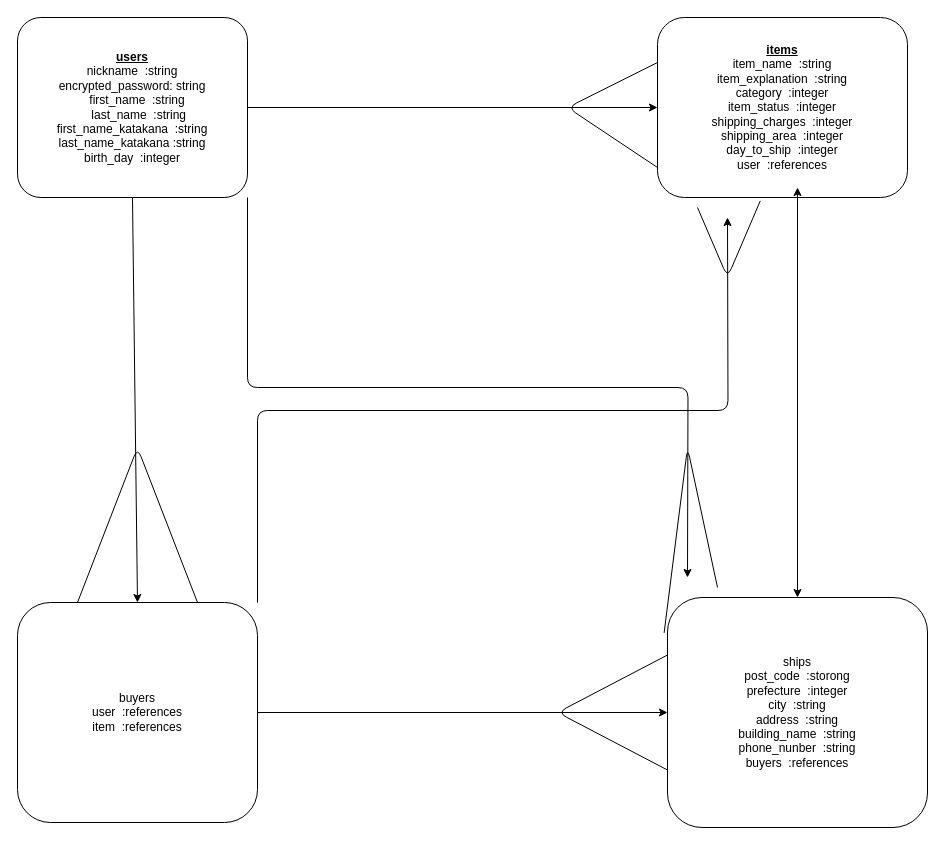
This is furima.dio from takachin88/furima-36129, a draw.io file, before an edit. Source tidied: cells renumbered, new cells numbered last; positions are measured from the earlier drawing's top-left corner, leaving out a move shared by most shapes. Both pictures are drawn from the tidied source at 100%, with x=0, y=0 at pixel (17, 17).
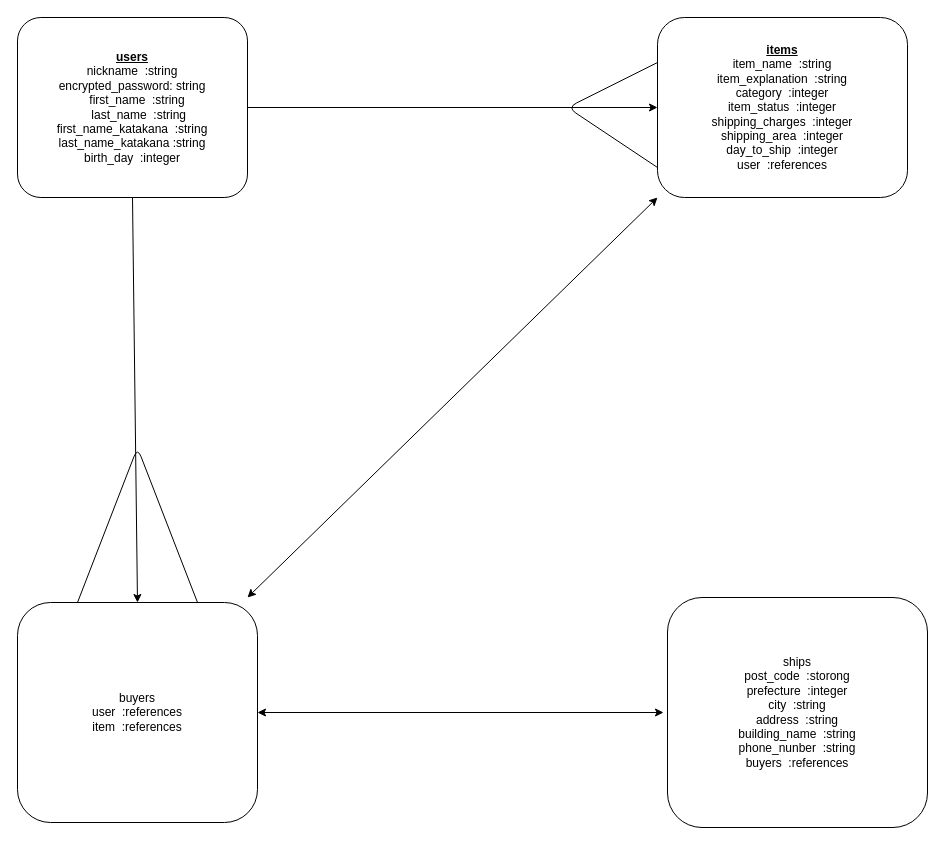
The same page after the edit.

The change refers to these unchanged cells:
```xml
<mxCell id="4" value="&lt;u&gt;&lt;b&gt;users&lt;/b&gt;&lt;/u&gt;&lt;br&gt;nickname&amp;nbsp; :string&lt;br&gt;encrypted_password: string&lt;br&gt;&amp;nbsp; &amp;nbsp; first_name&amp;nbsp; :string&amp;nbsp;&lt;br&gt;&amp;nbsp; &amp;nbsp; last_name&amp;nbsp; :string&lt;br&gt;first_name_katakana&amp;nbsp; :string&lt;br&gt;last_name_katakana :string&lt;br&gt;birth_day&amp;nbsp; :integer" style="whiteSpace=wrap;html=1;rounded=1;arcSize=13;" parent="1" vertex="1">
  <mxGeometry width="230" height="180" as="geometry" />
</mxCell>
<mxCell id="5" value="&lt;b&gt;&lt;u&gt;items&lt;/u&gt;&lt;/b&gt;&lt;br&gt;item_name&amp;nbsp; :string&lt;br&gt;item_explanation&amp;nbsp; :string&lt;br&gt;category&amp;nbsp; :integer&lt;br&gt;item_status&amp;nbsp; :integer&lt;br&gt;shipping_charges&amp;nbsp; :integer&lt;br&gt;shipping_area&amp;nbsp; :integer&lt;br&gt;day_to_ship&amp;nbsp; :integer&lt;br&gt;user&amp;nbsp; :references" style="whiteSpace=wrap;html=1;rounded=1;" parent="1" vertex="1">
  <mxGeometry x="640" width="250" height="180" as="geometry" />
</mxCell>
<mxCell id="8" value="buyers&lt;br&gt;user&amp;nbsp; :references&lt;br&gt;item&amp;nbsp; :references" style="whiteSpace=wrap;html=1;rounded=1;" parent="1" vertex="1">
  <mxGeometry y="585" width="240" height="220" as="geometry" />
</mxCell>
<mxCell id="9" value="ships&lt;br&gt;post_code&amp;nbsp; :storong&lt;br&gt;prefecture&amp;nbsp; :integer&lt;br&gt;city&amp;nbsp; :string&lt;br&gt;address&amp;nbsp; :string&lt;br&gt;building_name&amp;nbsp; :string&lt;br&gt;phone_nunber&amp;nbsp; :string&lt;br&gt;buyers&amp;nbsp; :references" style="whiteSpace=wrap;html=1;rounded=1;" parent="1" vertex="1">
  <mxGeometry x="650" y="580" width="260" height="230" as="geometry" />
</mxCell>
```

Change to the diagram source:
```diff
@@
-    <mxCell id="3" style="edgeStyle=orthogonalEdgeStyle;rounded=1;jettySize=auto;html=1;exitX=1;exitY=1;exitDx=0;exitDy=0;" parent="1" edge="1" source="4">
-      <mxGeometry relative="1" as="geometry">
-        <mxPoint x="670" y="560" as="targetPoint" />
-      </mxGeometry>
-    </mxCell>
@@
-    <mxCell id="6" style="edgeStyle=orthogonalEdgeStyle;rounded=1;jettySize=auto;html=1;entryX=0;entryY=0.5;entryDx=0;entryDy=0;" parent="1" edge="1" source="8" target="9">
-      <mxGeometry relative="1" as="geometry" />
-    </mxCell>
-    <mxCell id="7" style="edgeStyle=orthogonalEdgeStyle;rounded=1;jettySize=auto;html=1;exitX=1;exitY=0;exitDx=0;exitDy=0;" parent="1" edge="1" source="8">
-      <mxGeometry relative="1" as="geometry">
-        <mxPoint x="710" y="200" as="targetPoint" />
-      </mxGeometry>
-    </mxCell>
@@
-    <mxCell id="11" style="endArrow=classic;startArrow=classic;html=1;exitX=0.5;exitY=0;exitDx=0;exitDy=0;" parent="1" edge="1" source="9">
-      <mxGeometry relative="1" as="geometry">
-        <mxPoint x="780" y="170" as="targetPoint" />
-      </mxGeometry>
-    </mxCell>
-    <mxCell id="12" style="endArrow=none;html=1;exitX=0;exitY=0.75;exitDx=0;exitDy=0;entryX=0;entryY=0.25;entryDx=0;entryDy=0;" parent="1" edge="1" source="9" target="9">
-      <mxGeometry relative="1" as="geometry">
-        <Array as="points">
-          <mxPoint x="540" y="695" />
-        </Array>
-      </mxGeometry>
-    </mxCell>
@@
-    <mxCell id="15" style="endArrow=none;html=1;exitX=-0.013;exitY=0.154;exitDx=0;exitDy=0;exitPerimeter=0;" parent="1" edge="1" source="9">
-      <mxGeometry relative="1" as="geometry">
-        <mxPoint x="700" y="570" as="targetPoint" />
-        <Array as="points">
-          <mxPoint x="670" y="430" />
-        </Array>
-      </mxGeometry>
-    </mxCell>
-    <mxCell id="16" style="endArrow=none;html=1;exitX=0.411;exitY=1.019;exitDx=0;exitDy=0;exitPerimeter=0;" parent="1" edge="1" source="5">
+    <mxCell id="16" style="endArrow=classic;startArrow=classic;html=1;exitX=1;exitY=0.5;exitDx=0;exitDy=0;" parent="1" edge="1" source="8">
       <mxGeometry relative="1" as="geometry">
-        <mxPoint x="680" y="190" as="targetPoint" />
-        <Array as="points">
-          <mxPoint x="710" y="260" />
-        </Array>
+        <mxPoint x="646" y="695" as="targetPoint" />
       </mxGeometry>
     </mxCell>
+    <mxCell id="17" style="endArrow=classic;startArrow=classic;html=1;entryX=0;entryY=1;entryDx=0;entryDy=0;" parent="1" edge="1" target="5">
+      <mxGeometry relative="1" as="geometry">
+        <mxPoint x="230" y="580" as="sourcePoint" />
+      </mxGeometry>
+    </mxCell>
```
